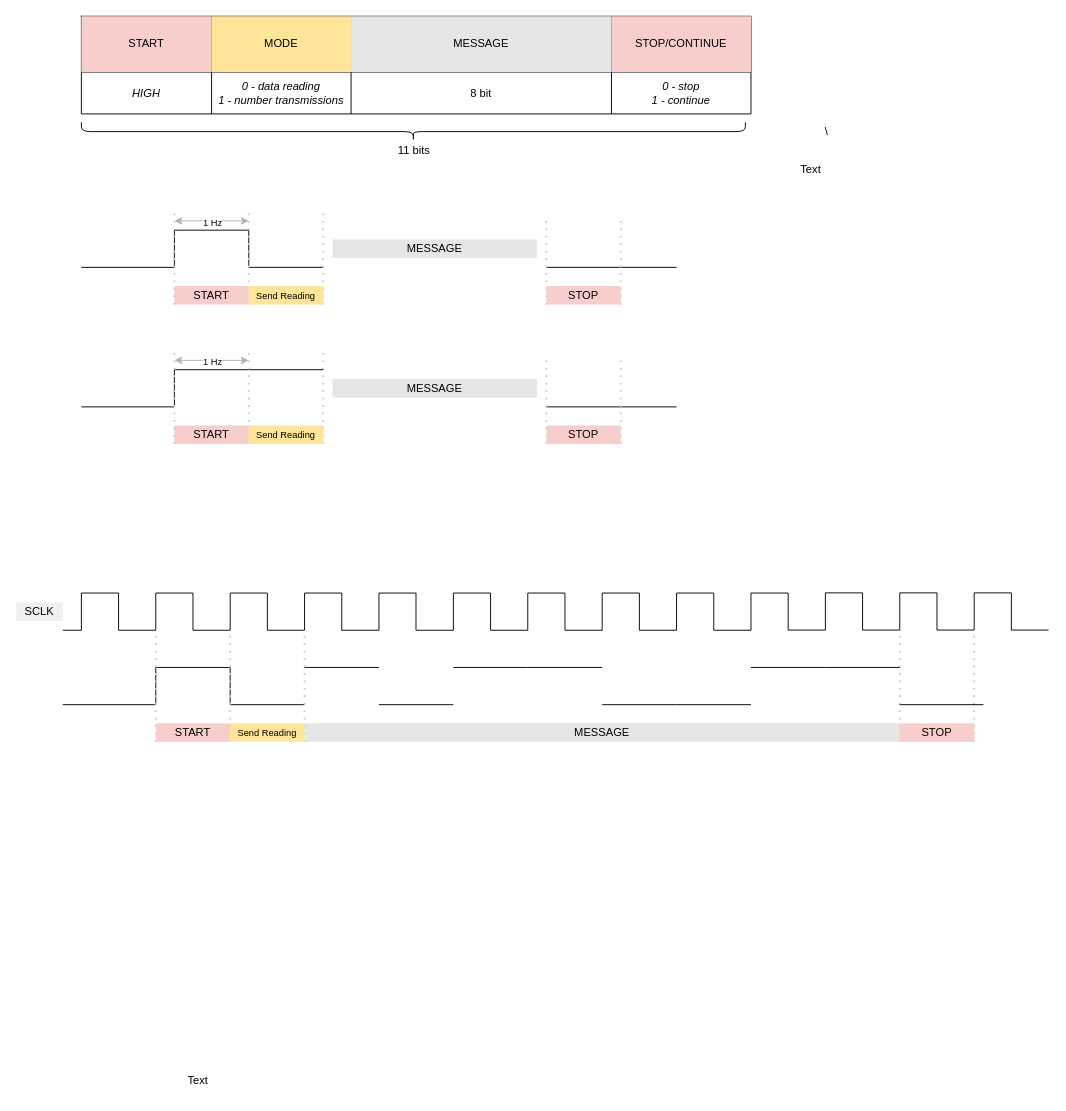
Before: page "Protocol" (2 of 3) of LOT_Diagrams.drawio in tristynferreiro/LoT-system, a draw.io diagram. Source tidied: cells renumbered, new cells numbered last; positions are measured from the earlier drawing's top-left corner, leaving out a move shared by most shapes. Both pictures are drawn from the tidied source at 93%, with x=0, y=0 at pixel (16, -201).
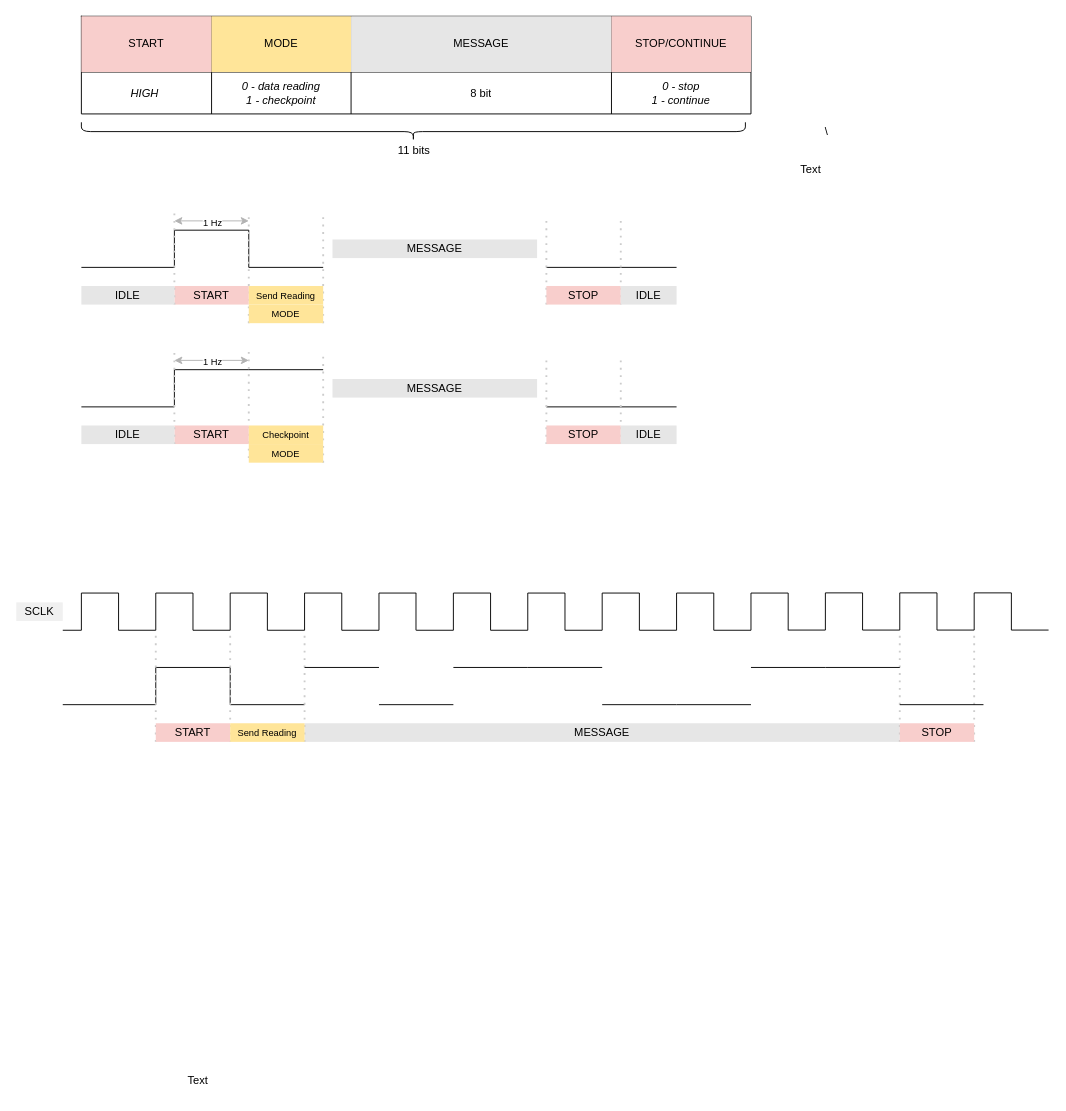
The same page after the edit.

Commit message (it also covers changes not shown here):
fixed protocol drawings

The change refers to these unchanged cells:
```xml
<mxCell id="8" style="shape=tableRow;horizontal=0;startSize=0;swimlaneHead=0;swimlaneBody=0;top=0;left=0;bottom=0;right=0;fillColor=none;" parent="2" vertex="1">
  <mxGeometry y="60" width="720" height="45" as="geometry" />
</mxCell>
<mxCell id="25" value="&lt;font style=&quot;font-size: 10px;&quot;&gt;Send Reading&lt;/font&gt;" style="text;html=1;strokeColor=none;fillColor=#FFE599;align=center;verticalAlign=middle;whiteSpace=wrap;rounded=0;shadow=0;" parent="1" vertex="1">
  <mxGeometry x="250" y="523" width="80" height="20" as="geometry" />
</mxCell>
```

What changed in the source:
```diff
@@
-    <mxCell id="9" value="&lt;i&gt;HIGH&lt;/i&gt;" style="shape=partialRectangle;html=1;whiteSpace=wrap;fillColor=none;top=0;left=0;bottom=0;right=0;overflow=hidden;shadow=0;" parent="8" vertex="1">
+    <mxCell id="9" value="&lt;i&gt;HIGH&amp;nbsp;&lt;/i&gt;" style="shape=partialRectangle;html=1;whiteSpace=wrap;fillColor=none;top=0;left=0;bottom=0;right=0;overflow=hidden;shadow=0;" parent="8" vertex="1">
       <mxGeometry width="140" height="45" as="geometry" />
     </mxCell>
-    <mxCell id="10" value="&lt;i&gt;0 - data reading&lt;br&gt;1 - number transmissions&lt;/i&gt;" style="shape=partialRectangle;html=1;whiteSpace=wrap;fillColor=none;top=0;left=0;bottom=0;right=0;overflow=hidden;shadow=0;" parent="8" vertex="1">
+    <mxCell id="10" value="&lt;i&gt;0 - data reading&lt;br&gt;1 - checkpoint&lt;/i&gt;" style="shape=partialRectangle;html=1;whiteSpace=wrap;fillColor=none;top=0;left=0;bottom=0;right=0;overflow=hidden;shadow=0;" parent="8" vertex="1">
       <mxGeometry x="140" width="150" height="45" as="geometry" />
     </mxCell>
@@
-    <mxCell id="22" style="endArrow=none;dashed=1;html=1;dashPattern=1 3;strokeWidth=2;rounded=0;strokeColor=#CCCCCC;" parent="1" edge="1">
+    <mxCell id="22" style="endArrow=none;dashed=1;html=1;dashPattern=1 3;strokeWidth=2;rounded=0;strokeColor=#CCCCCC;exitX=1;exitY=1;exitDx=0;exitDy=0;" parent="1" edge="1" source="128">
       <mxGeometry relative="1" as="geometry">
-        <mxPoint x="330" y="543" as="sourcePoint" />
         <mxPoint x="330" y="443" as="targetPoint" />
       </mxGeometry>
     </mxCell>
-    <mxCell id="23" style="endArrow=none;dashed=1;html=1;dashPattern=1 3;strokeWidth=2;rounded=0;strokeColor=#CCCCCC;exitX=0;exitY=1;exitDx=0;exitDy=0;" parent="1" edge="1" source="25">
+    <mxCell id="23" style="endArrow=none;dashed=1;html=1;dashPattern=1 3;strokeWidth=2;rounded=0;strokeColor=#CCCCCC;exitX=0;exitY=1;exitDx=0;exitDy=0;" parent="1" edge="1" source="128">
       <mxGeometry relative="1" as="geometry">
         <mxPoint x="250" y="443" as="targetPoint" />
       </mxGeometry>
     </mxCell>
@@
-    <mxCell id="114" style="endArrow=none;dashed=1;html=1;dashPattern=1 3;strokeWidth=2;rounded=0;strokeColor=#CCCCCC;" parent="1" edge="1">
+    <mxCell id="114" style="endArrow=none;dashed=1;html=1;dashPattern=1 3;strokeWidth=2;rounded=0;strokeColor=#CCCCCC;exitX=1;exitY=1;exitDx=0;exitDy=0;" parent="1" edge="1" source="129">
       <mxGeometry relative="1" as="geometry">
-        <mxPoint x="330" y="693" as="sourcePoint" />
         <mxPoint x="330" y="593" as="targetPoint" />
       </mxGeometry>
     </mxCell>
-    <mxCell id="115" style="endArrow=none;dashed=1;html=1;dashPattern=1 3;strokeWidth=2;rounded=0;strokeColor=#CCCCCC;exitX=0;exitY=1;exitDx=0;exitDy=0;" parent="1" edge="1" source="117">
+    <mxCell id="115" style="endArrow=none;dashed=1;html=1;dashPattern=1 3;strokeWidth=2;rounded=0;strokeColor=#CCCCCC;exitX=0;exitY=0.75;exitDx=0;exitDy=0;" parent="1" edge="1" source="129">
       <mxGeometry relative="1" as="geometry">
         <mxPoint x="250" y="593" as="targetPoint" />
       </mxGeometry>
     </mxCell>
@@
-    <mxCell id="117" value="&lt;font style=&quot;font-size: 10px;&quot;&gt;Send Reading&lt;/font&gt;" style="text;html=1;strokeColor=none;fillColor=#FFE599;align=center;verticalAlign=middle;whiteSpace=wrap;rounded=0;shadow=0;" parent="1" vertex="1">
+    <mxCell id="117" value="&lt;font style=&quot;font-size: 10px;&quot;&gt;Checkpoint&lt;/font&gt;" style="text;html=1;strokeColor=none;fillColor=#FFE599;align=center;verticalAlign=middle;whiteSpace=wrap;rounded=0;shadow=0;" parent="1" vertex="1">
       <mxGeometry x="250" y="673" width="80" height="20" as="geometry" />
     </mxCell>
@@
+    <mxCell id="128" value="&lt;font style=&quot;font-size: 10px;&quot;&gt;MODE&lt;/font&gt;" style="text;html=1;strokeColor=none;fillColor=#FFE599;align=center;verticalAlign=middle;whiteSpace=wrap;rounded=0;shadow=0;" parent="1" vertex="1">
+      <mxGeometry x="250" y="543" width="80" height="20" as="geometry" />
+    </mxCell>
+    <mxCell id="129" value="&lt;font style=&quot;font-size: 10px;&quot;&gt;MODE&lt;/font&gt;" style="text;html=1;strokeColor=none;fillColor=#FFE599;align=center;verticalAlign=middle;whiteSpace=wrap;rounded=0;shadow=0;" parent="1" vertex="1">
+      <mxGeometry x="250" y="693" width="80" height="20" as="geometry" />
+    </mxCell>
+    <mxCell id="130" value="IDLE" style="text;html=1;strokeColor=none;fillColor=#E6E6E6;align=center;verticalAlign=middle;whiteSpace=wrap;rounded=0;shadow=0;" parent="1" vertex="1">
+      <mxGeometry x="70" y="523" width="100" height="20" as="geometry" />
+    </mxCell>
+    <mxCell id="131" value="IDLE" style="text;html=1;strokeColor=none;fillColor=#E6E6E6;align=center;verticalAlign=middle;whiteSpace=wrap;rounded=0;shadow=0;" parent="1" vertex="1">
+      <mxGeometry x="650" y="523" width="60" height="20" as="geometry" />
+    </mxCell>
+    <mxCell id="132" value="IDLE" style="text;html=1;strokeColor=none;fillColor=#E6E6E6;align=center;verticalAlign=middle;whiteSpace=wrap;rounded=0;shadow=0;" parent="1" vertex="1">
+      <mxGeometry x="70" y="673" width="100" height="20" as="geometry" />
+    </mxCell>
+    <mxCell id="133" value="IDLE" style="text;html=1;strokeColor=none;fillColor=#E6E6E6;align=center;verticalAlign=middle;whiteSpace=wrap;rounded=0;shadow=0;" parent="1" vertex="1">
+      <mxGeometry x="650" y="673" width="60" height="20" as="geometry" />
+    </mxCell>
```
